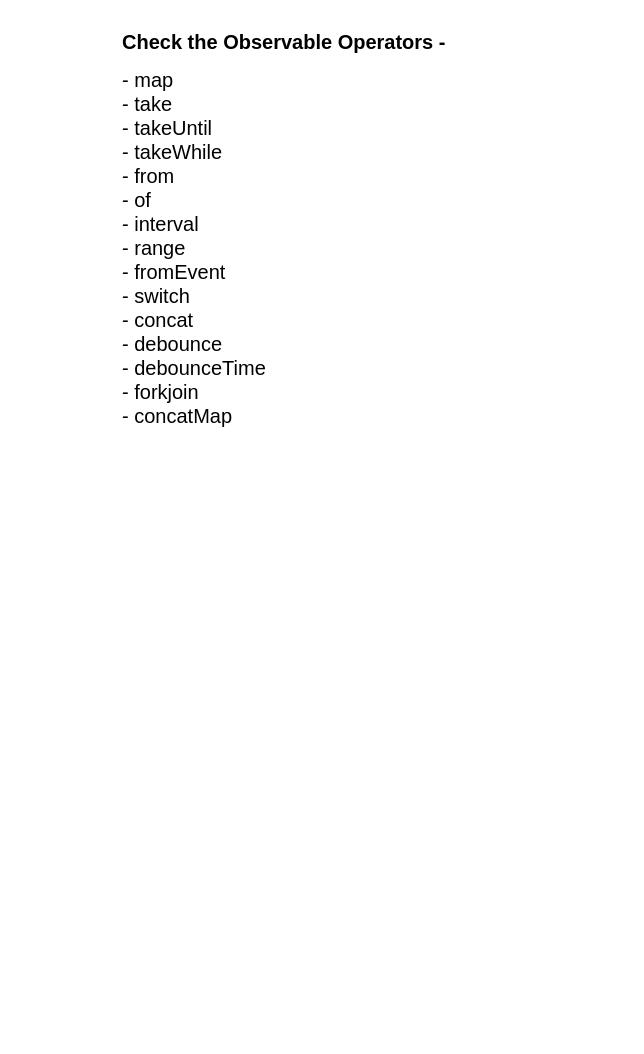
synergy2411/ng-tcs keeps this draw.io diagram as page "Page-15" (15 of 16) of ng.drawio. Above is the earlier version. Source tidied: cells renumbered, new cells numbered last; positions are measured from the earlier drawing's top-left corner, leaving out a move shared by most shapes. Both pictures are drawn from the tidied source at 100%, with x=0, y=0 at pixel (117, 27).
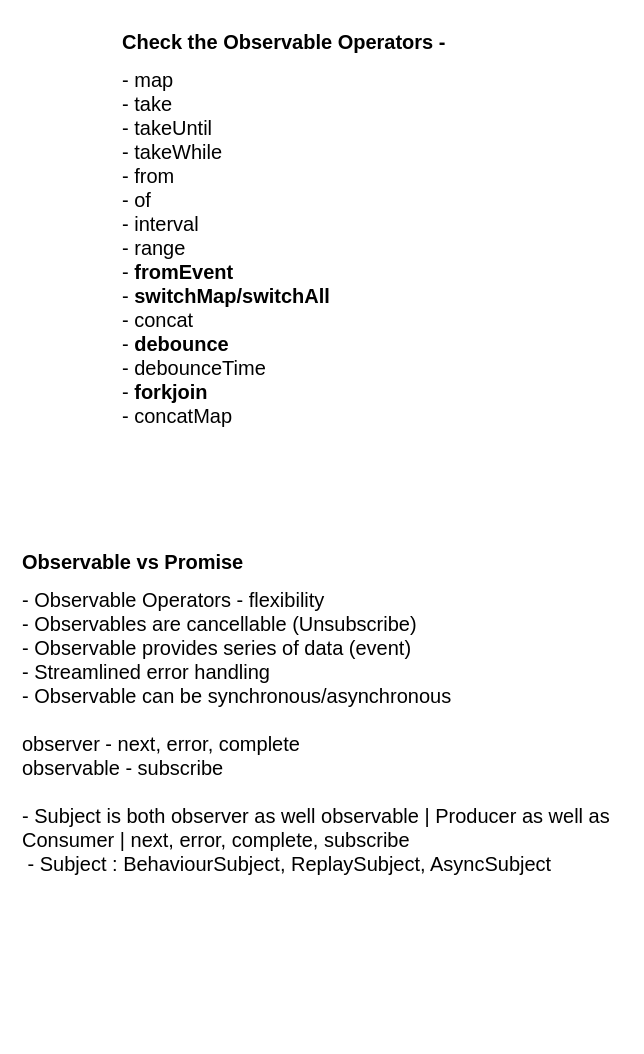
Above is the later version.

Diff of the diagram source:
```diff
@@
 <mxGraphModel>
   <root>
     <mxCell id="0" />
     <mxCell id="1" parent="0" />
-    <mxCell id="2" value="&lt;h1 style=&quot;font-size: 20px&quot;&gt;&lt;font style=&quot;font-size: 20px&quot;&gt;Check the Observable Operators -&lt;/font&gt;&lt;/h1&gt;&lt;div style=&quot;font-size: 20px&quot;&gt;- map&lt;/div&gt;&lt;div style=&quot;font-size: 20px&quot;&gt;- take&lt;/div&gt;&lt;div style=&quot;font-size: 20px&quot;&gt;- takeUntil&lt;/div&gt;&lt;div style=&quot;font-size: 20px&quot;&gt;- takeWhile&lt;/div&gt;&lt;div style=&quot;font-size: 20px&quot;&gt;-&amp;nbsp;&lt;span&gt;from&lt;/span&gt;&lt;/div&gt;&lt;div style=&quot;font-size: 20px&quot;&gt;&lt;span&gt;- of&lt;/span&gt;&lt;/div&gt;&lt;div style=&quot;font-size: 20px&quot;&gt;&lt;span&gt;- interval&lt;/span&gt;&lt;/div&gt;&lt;div style=&quot;font-size: 20px&quot;&gt;&lt;span&gt;- range&lt;/span&gt;&lt;/div&gt;&lt;div style=&quot;font-size: 20px&quot;&gt;- fromEvent&lt;/div&gt;&lt;div style=&quot;font-size: 20px&quot;&gt;- switch&lt;/div&gt;&lt;div style=&quot;font-size: 20px&quot;&gt;- concat&lt;/div&gt;&lt;div style=&quot;font-size: 20px&quot;&gt;- debounce&lt;/div&gt;&lt;div style=&quot;font-size: 20px&quot;&gt;- debounceTime&lt;br&gt;&lt;/div&gt;&lt;div style=&quot;font-size: 20px&quot;&gt;- forkjoin&lt;/div&gt;&lt;div style=&quot;font-size: 20px&quot;&gt;- concatMap&lt;/div&gt;" style="text;html=1;strokeColor=none;fillColor=none;spacing=5;spacingTop=-20;whiteSpace=wrap;overflow=hidden;rounded=0;" parent="1" vertex="1">
+    <mxCell id="2" value="&lt;h1 style=&quot;font-size: 20px&quot;&gt;&lt;font style=&quot;font-size: 20px&quot;&gt;Check the Observable Operators -&lt;/font&gt;&lt;/h1&gt;&lt;div style=&quot;font-size: 20px&quot;&gt;- map&lt;/div&gt;&lt;div style=&quot;font-size: 20px&quot;&gt;- take&lt;/div&gt;&lt;div style=&quot;font-size: 20px&quot;&gt;- takeUntil&lt;/div&gt;&lt;div style=&quot;font-size: 20px&quot;&gt;- takeWhile&lt;/div&gt;&lt;div style=&quot;font-size: 20px&quot;&gt;-&amp;nbsp;&lt;span&gt;from&lt;/span&gt;&lt;/div&gt;&lt;div style=&quot;font-size: 20px&quot;&gt;&lt;span&gt;- of&lt;/span&gt;&lt;/div&gt;&lt;div style=&quot;font-size: 20px&quot;&gt;&lt;span&gt;- interval&lt;/span&gt;&lt;/div&gt;&lt;div style=&quot;font-size: 20px&quot;&gt;&lt;span&gt;- range&lt;/span&gt;&lt;/div&gt;&lt;div style=&quot;font-size: 20px&quot;&gt;- &lt;b&gt;fromEvent&lt;/b&gt;&lt;/div&gt;&lt;div style=&quot;font-size: 20px&quot;&gt;- &lt;b&gt;switchMap/switchAll&lt;/b&gt;&lt;/div&gt;&lt;div style=&quot;font-size: 20px&quot;&gt;- concat&lt;/div&gt;&lt;div style=&quot;font-size: 20px&quot;&gt;- &lt;b&gt;debounce&lt;/b&gt;&lt;/div&gt;&lt;div style=&quot;font-size: 20px&quot;&gt;- debounceTime&lt;br&gt;&lt;/div&gt;&lt;div style=&quot;font-size: 20px&quot;&gt;- &lt;b&gt;forkjoin&lt;/b&gt;&lt;/div&gt;&lt;div style=&quot;font-size: 20px&quot;&gt;- concatMap&lt;/div&gt;" style="text;html=1;strokeColor=none;fillColor=none;spacing=5;spacingTop=-20;whiteSpace=wrap;overflow=hidden;rounded=0;" parent="1" vertex="1">
       <mxGeometry width="510" height="670" as="geometry" />
     </mxCell>
+    <mxCell id="3" value="&lt;h1 style=&quot;font-size: 20px&quot;&gt;&lt;font style=&quot;font-size: 20px&quot;&gt;Observable vs Promise&lt;/font&gt;&lt;/h1&gt;&lt;div style=&quot;font-size: 20px&quot;&gt;&lt;font style=&quot;font-size: 20px&quot;&gt;- Observable Operators - flexibility&lt;/font&gt;&lt;/div&gt;&lt;div style=&quot;font-size: 20px&quot;&gt;&lt;font style=&quot;font-size: 20px&quot;&gt;- Observables are cancellable (Unsubscribe)&lt;/font&gt;&lt;/div&gt;&lt;div style=&quot;font-size: 20px&quot;&gt;&lt;font style=&quot;font-size: 20px&quot;&gt;- Observable provides series of data (event)&lt;/font&gt;&lt;/div&gt;&lt;div style=&quot;font-size: 20px&quot;&gt;&lt;font style=&quot;font-size: 20px&quot;&gt;- Streamlined error handling&lt;/font&gt;&lt;/div&gt;&lt;div style=&quot;font-size: 20px&quot;&gt;&lt;font style=&quot;font-size: 20px&quot;&gt;- Observable can be synchronous/asynchronous&lt;/font&gt;&lt;/div&gt;&lt;div style=&quot;font-size: 20px&quot;&gt;&lt;font style=&quot;font-size: 20px&quot;&gt;&lt;br&gt;&lt;/font&gt;&lt;/div&gt;&lt;div style=&quot;font-size: 20px&quot;&gt;&lt;font style=&quot;font-size: 20px&quot;&gt;observer - next, error, complete&lt;/font&gt;&lt;/div&gt;&lt;div style=&quot;font-size: 20px&quot;&gt;&lt;font style=&quot;font-size: 20px&quot;&gt;observable - subscribe&lt;/font&gt;&lt;/div&gt;&lt;div style=&quot;font-size: 20px&quot;&gt;&lt;font style=&quot;font-size: 20px&quot;&gt;&lt;br&gt;&lt;/font&gt;&lt;/div&gt;&lt;div style=&quot;font-size: 20px&quot;&gt;&lt;font style=&quot;font-size: 20px&quot;&gt;- Subject is both observer as well observable | Producer as well as Consumer | next, error, complete, subscribe&lt;/font&gt;&lt;/div&gt;&lt;div style=&quot;font-size: 20px&quot;&gt;&lt;font style=&quot;font-size: 20px&quot;&gt;&amp;nbsp;- Subject : BehaviourSubject, ReplaySubject, AsyncSubject&lt;/font&gt;&lt;/div&gt;" style="text;html=1;strokeColor=none;fillColor=none;spacing=5;spacingTop=-20;whiteSpace=wrap;overflow=hidden;rounded=0;" parent="1" vertex="1">
+      <mxGeometry x="-100" y="520" width="610" height="490" as="geometry" />
+    </mxCell>
   </root>
 </mxGraphModel>
```
